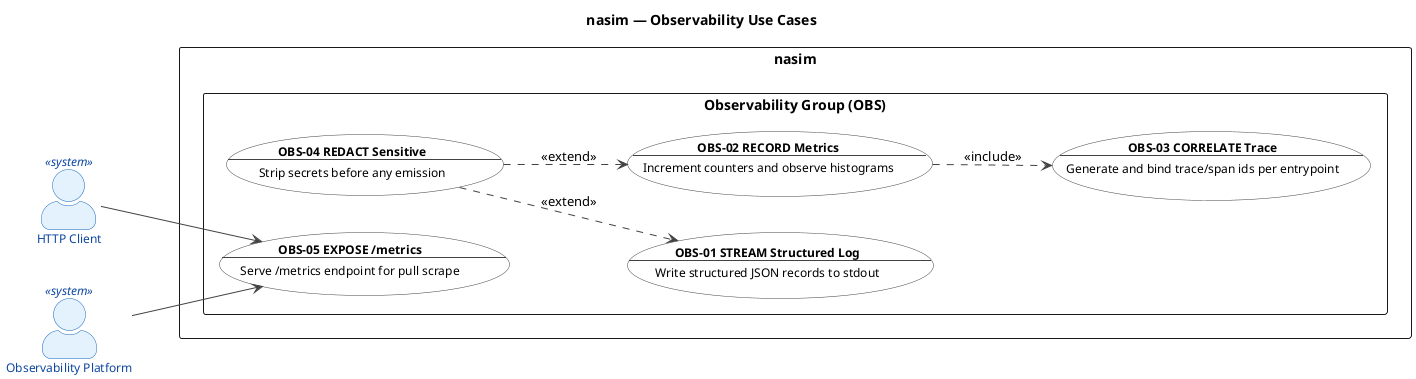
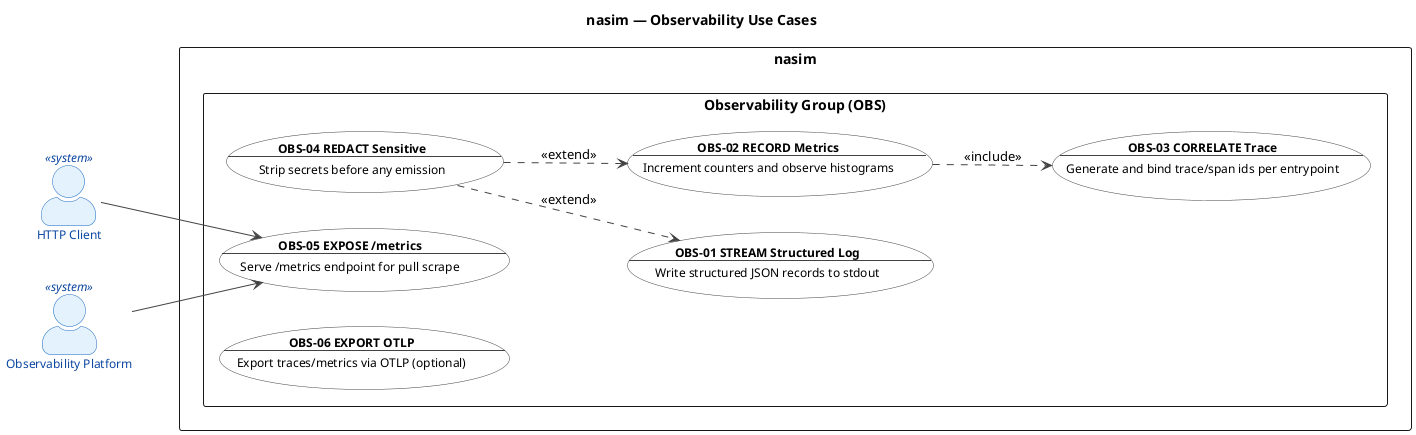
@startuml uc_observability

' ============================================================
' Title:     nasim — UC: Observability Group
' Group:     OBS (Observability)
' Boundary:  nasim code agent
' Purpose:   Emit-only structured logging, metrics, trace correlation (tenas pattern)
' Milestone: v1.0
' Version:   6.0.0
' Source:    docs/ENTITIES.md
' Review:    docs/audit/audit.2026.06.20.uc-layer.car.md
' ============================================================

left to right direction

title nasim — Observability Use Cases

skinparam actorStyle awesome
skinparam packageStyle rectangle

skinparam usecase {
  BackgroundColor #FFFFFF
  BorderColor #424242
  FontColor #000000
  ArrowColor #424242
  FontSize 12
}

skinparam actor {
  BackgroundColor #E8EAF6
  BorderColor #3949AB
  FontColor #1A237E
  FontSize 12
}

skinparam actor<<system>> {
  BackgroundColor #E3F2FD
  BorderColor #1565C0
  FontColor #0D47A1
}

' ============================================================
' Actors
' ============================================================

actor "HTTP Client" as HTTPClient <<system>>
actor "Observability Platform" as Platform <<system>>

' ============================================================
' System Boundary
' ============================================================

rectangle "nasim" {
  package "Observability Group (OBS)" {
    usecase "**OBS-01 STREAM Structured Log**\n--\nWrite structured JSON records to stdout" as OBS01
    usecase "**OBS-02 RECORD Metrics**\n--\nIncrement counters and observe histograms" as OBS02
    usecase "**OBS-03 CORRELATE Trace**\n--\nGenerate and bind trace/span ids per entrypoint" as OBS03
    usecase "**OBS-04 REDACT Sensitive**\n--\nStrip secrets before any emission" as OBS04
    usecase "**OBS-05 EXPOSE /metrics**\n--\nServe /metrics endpoint for pull scrape" as OBS05
+     usecase "**OBS-06 EXPORT OTLP**\n--\nExport traces/metrics via OTLP (optional)" as OBS06
  }
}

' ============================================================
' Actor -> Use Case Associations
' ============================================================

HTTPClient --> OBS05
Platform --> OBS05

' ============================================================
' Relationships
' ============================================================

OBS02 ..> OBS03 : <<include>>
OBS04 ..> OBS01 : <<extend>>
OBS04 ..> OBS02 : <<extend>>

@enduml
